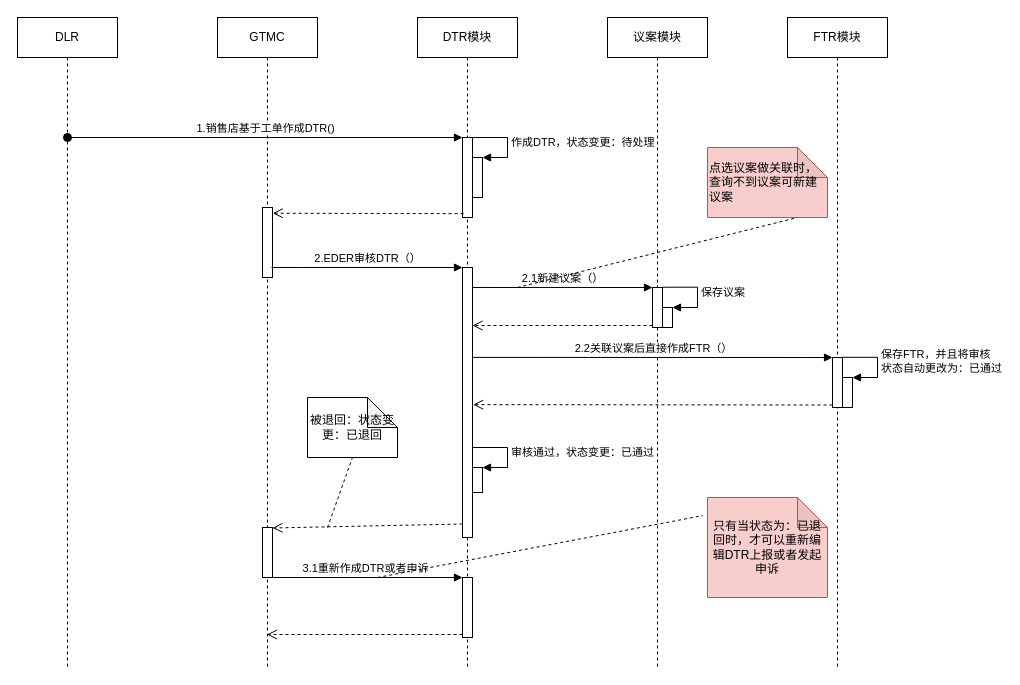
Above: images/DTR行为设计.drawio in 1132489442/designer (draw.io), before the change. Source tidied: cells renumbered, new cells numbered last; positions are measured from the earlier drawing's top-left corner, leaving out a move shared by most shapes. Both pictures are drawn from the tidied source at 100%, with x=0, y=0 at pixel (17, 17).
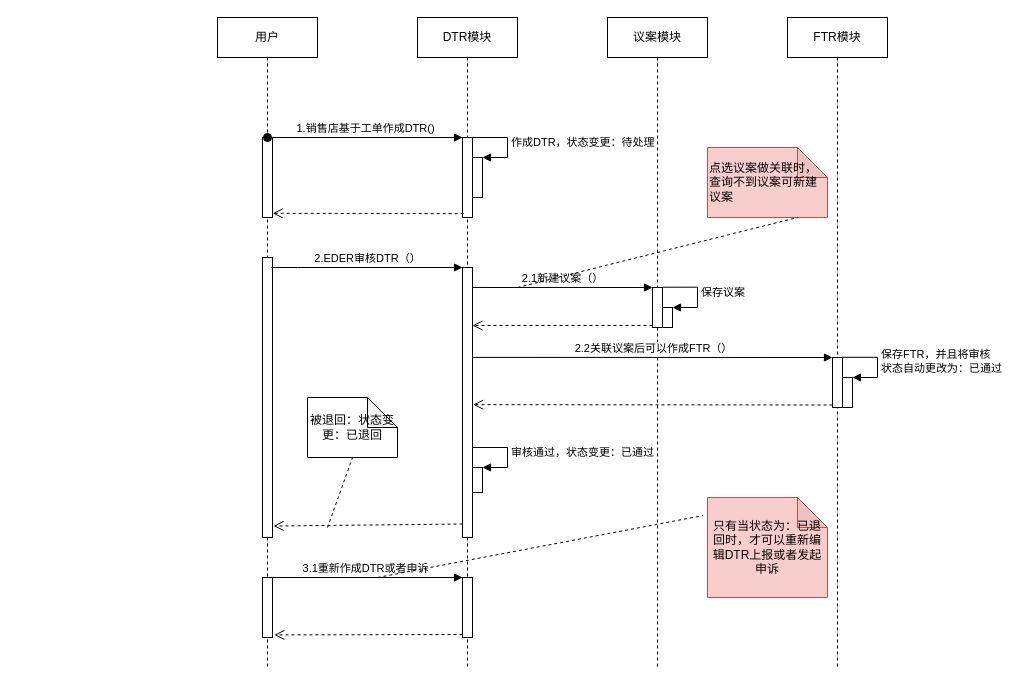
Above is the later version.

Commit message:
更新DTR行为设计.drawio

The change refers to these unchanged cells:
```xml
<mxCell id="3" style="html=1;points=[];perimeter=orthogonalPerimeter;" parent="2" vertex="1">
  <mxGeometry x="45" y="120" width="10" height="80" as="geometry" />
</mxCell>
<mxCell id="6" style="html=1;points=[];perimeter=orthogonalPerimeter;" parent="2" vertex="1">
  <mxGeometry x="45" y="250" width="10" height="270" as="geometry" />
</mxCell>
<mxCell id="9" style="html=1;points=[];perimeter=orthogonalPerimeter;" parent="2" vertex="1">
  <mxGeometry x="45" y="560" width="10" height="60" as="geometry" />
</mxCell>
<mxCell id="19" style="html=1;points=[];perimeter=orthogonalPerimeter;" parent="18" vertex="1">
  <mxGeometry x="45" y="340" width="10" height="50" as="geometry" />
</mxCell>
```

Change to the diagram source:
```diff
@@
-    <mxCell id="10" value="GTMC" style="shape=umlLifeline;perimeter=lifelinePerimeter;whiteSpace=wrap;html=1;outlineConnect=0;" parent="1" vertex="1">
+    <mxCell id="10" value="用户" style="shape=umlLifeline;perimeter=lifelinePerimeter;whiteSpace=wrap;html=1;outlineConnect=0;" parent="1" vertex="1">
       <mxGeometry x="200" width="100" height="650" as="geometry" />
     </mxCell>
     <mxCell id="11" style="html=1;points=[];perimeter=orthogonalPerimeter;" parent="10" vertex="1">
-      <mxGeometry x="45" y="190" width="10" height="70" as="geometry" />
+      <mxGeometry x="45" y="240" width="10" height="280" as="geometry" />
     </mxCell>
     <mxCell id="12" style="html=1;points=[];perimeter=orthogonalPerimeter;" parent="10" vertex="1">
-      <mxGeometry x="45" y="510" width="10" height="50" as="geometry" />
+      <mxGeometry x="45" y="560" width="10" height="60" as="geometry" />
     </mxCell>
-    <mxCell id="13" value="DLR" style="shape=umlLifeline;perimeter=lifelinePerimeter;whiteSpace=wrap;html=1;" parent="1" vertex="1">
-      <mxGeometry width="100" height="650" as="geometry" />
-    </mxCell>
+    <mxCell id="38" style="html=1;points=[];perimeter=orthogonalPerimeter;" parent="10" vertex="1">
+      <mxGeometry x="45" y="120" width="10" height="80" as="geometry" />
+    </mxCell>
@@
     <mxCell id="22" value="1.销售店基于工单作成DTR()" style="html=1;verticalAlign=bottom;startArrow=oval;endArrow=block;startSize=8;rounded=0;" parent="1" edge="1" target="3">
       <mxGeometry relative="1" as="geometry">
-        <mxPoint x="50" y="120" as="sourcePoint" />
+        <mxPoint x="250" y="120" as="sourcePoint" />
       </mxGeometry>
     </mxCell>
-    <mxCell id="23" style="html=1;verticalAlign=bottom;endArrow=open;dashed=1;endSize=8;rounded=0;exitX=0.118;exitY=0.952;exitDx=0;exitDy=0;exitPerimeter=0;entryX=1.024;entryY=0.082;entryDx=0;entryDy=0;entryPerimeter=0;" parent="1" edge="1" source="3" target="11">
+    <mxCell id="23" style="html=1;verticalAlign=bottom;endArrow=open;dashed=1;endSize=8;rounded=0;exitX=0.118;exitY=0.952;exitDx=0;exitDy=0;exitPerimeter=0;entryX=1.02;entryY=0.948;entryDx=0;entryDy=0;entryPerimeter=0;" parent="1" edge="1" source="3" target="38">
       <mxGeometry relative="1" as="geometry" />
     </mxCell>
@@
-    <mxCell id="25" style="html=1;verticalAlign=bottom;endArrow=open;dashed=1;endSize=8;exitX=0;exitY=0.95;rounded=0;entryX=1;entryY=0.01;entryDx=0;entryDy=0;entryPerimeter=0;" parent="1" edge="1" source="6" target="12">
+    <mxCell id="25" style="html=1;verticalAlign=bottom;endArrow=open;dashed=1;endSize=8;exitX=0;exitY=0.95;rounded=0;entryX=1.1;entryY=0.959;entryDx=0;entryDy=0;entryPerimeter=0;" parent="1" edge="1" source="6" target="11">
       <mxGeometry relative="1" as="geometry" />
     </mxCell>
@@
-    <mxCell id="28" value="2.2关联议案后直接作成FTR（）" style="html=1;verticalAlign=bottom;endArrow=block;entryX=0;entryY=0;rounded=0;exitX=1.062;exitY=0.333;exitDx=0;exitDy=0;exitPerimeter=0;" parent="1" edge="1" source="6" target="19">
+    <mxCell id="28" value="2.2关联议案后可以作成FTR（）" style="html=1;verticalAlign=bottom;endArrow=block;entryX=0;entryY=0;rounded=0;exitX=1.062;exitY=0.333;exitDx=0;exitDy=0;exitPerimeter=0;" parent="1" edge="1" source="6" target="19">
       <mxGeometry relative="1" as="geometry" />
     </mxCell>
@@
-    <mxCell id="33" style="html=1;verticalAlign=bottom;endArrow=open;dashed=1;endSize=8;exitX=0;exitY=0.95;rounded=0;" parent="1" edge="1" source="9" target="10">
+    <mxCell id="33" style="html=1;verticalAlign=bottom;endArrow=open;dashed=1;endSize=8;exitX=0;exitY=0.95;rounded=0;entryX=1.18;entryY=0.957;entryDx=0;entryDy=0;entryPerimeter=0;" parent="1" edge="1" source="9" target="12">
       <mxGeometry relative="1" as="geometry" />
     </mxCell>
```
